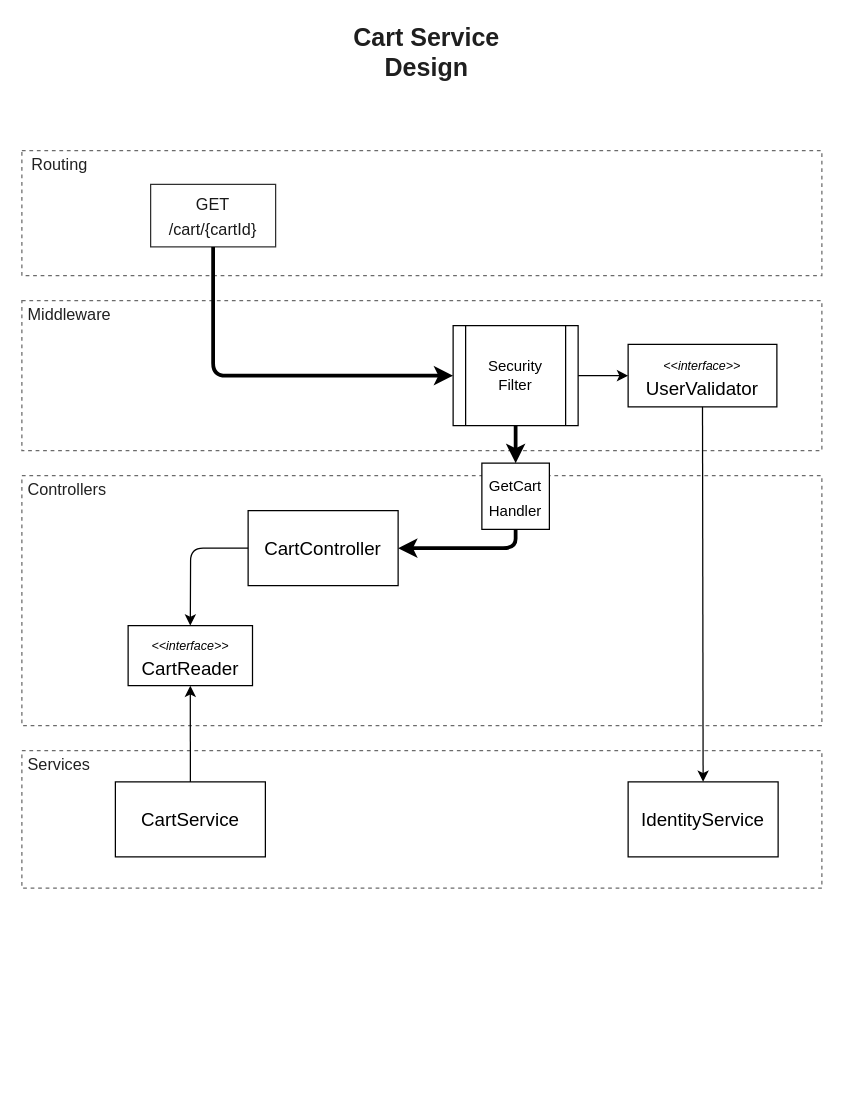
GarthWood/SimpleGoWebService keeps this draw.io diagram as page "Cart Service Design" (5 of 5) of SystemDesignExample.drawio. Above is the earlier version. Source tidied: cells renumbered, new cells numbered last; positions are measured from the earlier drawing's top-left corner, leaving out a move shared by most shapes. Both pictures are drawn from the tidied source at 125%, with x=0, y=0 at pixel (21, 25).
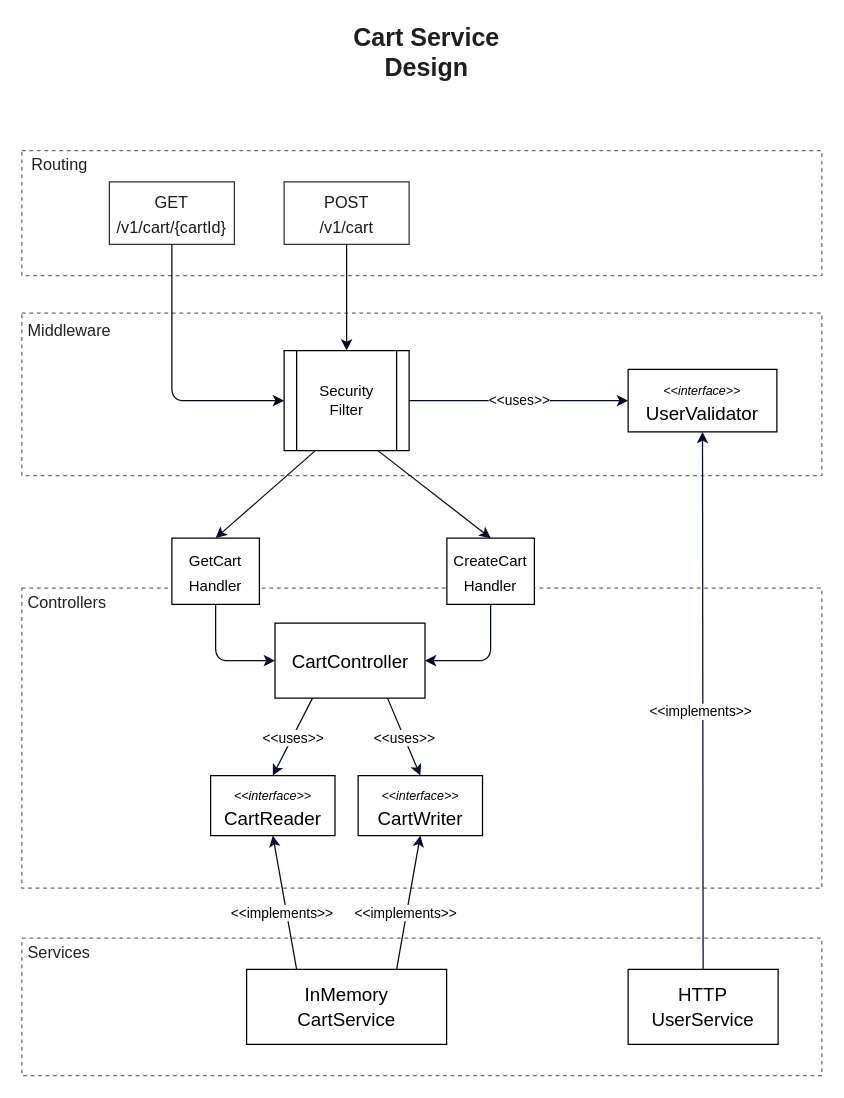
The same diagram, later.

Commit message (it also covers changes not shown here):
Added create cart route and updated design

Change to the diagram source:
```diff
@@
     <mxCell id="2" style="rounded=0;whiteSpace=wrap;html=1;fillColor=none;strokeColor=#6B6B6B;dashed=1;" parent="1" vertex="1">
-      <mxGeometry y="220" width="640" height="120" as="geometry" />
+      <mxGeometry y="230" width="640" height="130" as="geometry" />
     </mxCell>
@@
     <mxCell id="4" value="Security&lt;br&gt;Filter" style="shape=process;whiteSpace=wrap;html=1;backgroundOutline=1;" parent="1" vertex="1">
-      <mxGeometry x="345" y="240" width="100" height="80" as="geometry" />
+      <mxGeometry x="209.8" y="260" width="100" height="80" as="geometry" />
     </mxCell>
@@
-    <mxCell id="6" value="&lt;font style=&quot;font-size: 13px&quot; color=&quot;#191919&quot;&gt;GET&lt;br&gt;/cart/{cartId}&lt;br&gt;&lt;/font&gt;" style="rounded=0;whiteSpace=wrap;html=1;labelBackgroundColor=none;strokeColor=#303030;fillColor=none;fontSize=16;fontColor=#696969;align=center;" parent="1" vertex="1">
-      <mxGeometry x="103" y="127" width="100" height="50" as="geometry" />
+    <mxCell id="6" value="&lt;font style=&quot;font-size: 13px&quot; color=&quot;#191919&quot;&gt;GET&lt;br&gt;/v1/cart/{cartId}&lt;br&gt;&lt;/font&gt;" style="rounded=0;whiteSpace=wrap;html=1;labelBackgroundColor=none;strokeColor=#303030;fillColor=none;fontSize=16;fontColor=#696969;align=center;" parent="1" vertex="1">
+      <mxGeometry x="70" y="125" width="100" height="50" as="geometry" />
     </mxCell>
     <mxCell id="7" style="rounded=0;whiteSpace=wrap;html=1;fillColor=none;strokeColor=#6B6B6B;dashed=1;" parent="1" vertex="1">
-      <mxGeometry y="360" width="640" height="200" as="geometry" />
+      <mxGeometry y="450" width="640" height="240" as="geometry" />
     </mxCell>
@@
     <mxCell id="9" value="&lt;font color=&quot;#212121&quot; style=&quot;font-size: 13px&quot;&gt;Middleware&lt;/font&gt;" style="text;html=1;strokeColor=none;fillColor=none;align=left;verticalAlign=middle;whiteSpace=wrap;rounded=0;dashed=1;labelBackgroundColor=none;fontSize=16;fontColor=#595959;" parent="1" vertex="1">
-      <mxGeometry x="3" y="220" width="73.5" height="20" as="geometry" />
+      <mxGeometry x="3" y="233" width="73.5" height="20" as="geometry" />
     </mxCell>
     <mxCell id="10" value="&lt;font color=&quot;#212121&quot; style=&quot;font-size: 13px&quot;&gt;Controllers&lt;/font&gt;" style="text;html=1;strokeColor=none;fillColor=none;align=left;verticalAlign=middle;whiteSpace=wrap;rounded=0;dashed=1;labelBackgroundColor=none;fontSize=16;fontColor=#595959;" parent="1" vertex="1">
-      <mxGeometry x="3" y="360" width="73.5" height="20" as="geometry" />
+      <mxGeometry x="3" y="450" width="73.5" height="20" as="geometry" />
     </mxCell>
     <mxCell id="11" value="&lt;font style=&quot;font-size: 15px&quot;&gt;CartController&lt;/font&gt;" style="rounded=0;whiteSpace=wrap;html=1;labelBackgroundColor=none;fontSize=16;align=center;" parent="1" vertex="1">
-      <mxGeometry x="181" y="388" width="120" height="60" as="geometry" />
+      <mxGeometry x="202.5" y="478" width="120" height="60" as="geometry" />
     </mxCell>
     <mxCell id="12" value="&lt;font&gt;&lt;i&gt;&lt;font style=&quot;font-size: 10px&quot;&gt;&amp;lt;&amp;lt;interface&amp;gt;&amp;gt;&lt;/font&gt;&lt;/i&gt;&lt;br&gt;&lt;span style=&quot;font-size: 15px&quot;&gt;CartReader&lt;/span&gt;&lt;/font&gt;" style="rounded=0;whiteSpace=wrap;html=1;labelBackgroundColor=none;fontSize=16;align=center;" parent="1" vertex="1">
-      <mxGeometry x="85" y="480" width="99.5" height="48" as="geometry" />
+      <mxGeometry x="151" y="600" width="99.5" height="48" as="geometry" />
     </mxCell>
     <mxCell id="13" style="rounded=0;whiteSpace=wrap;html=1;fillColor=none;strokeColor=#6B6B6B;dashed=1;" parent="1" vertex="1">
-      <mxGeometry y="580" width="640" height="110" as="geometry" />
+      <mxGeometry y="730" width="640" height="110" as="geometry" />
     </mxCell>
     <mxCell id="14" value="&lt;font color=&quot;#212121&quot; style=&quot;font-size: 13px&quot;&gt;Services&lt;/font&gt;" style="text;html=1;strokeColor=none;fillColor=none;align=left;verticalAlign=middle;whiteSpace=wrap;rounded=0;dashed=1;labelBackgroundColor=none;fontSize=16;fontColor=#595959;" parent="1" vertex="1">
-      <mxGeometry x="3" y="580" width="73.5" height="20" as="geometry" />
+      <mxGeometry x="3" y="730" width="73.5" height="20" as="geometry" />
     </mxCell>
-    <mxCell id="15" value="&lt;font style=&quot;font-size: 15px&quot;&gt;CartService&lt;br&gt;&lt;/font&gt;" style="rounded=0;whiteSpace=wrap;html=1;labelBackgroundColor=none;fontSize=16;align=center;" parent="1" vertex="1">
-      <mxGeometry x="74.8" y="605" width="120" height="60" as="geometry" />
+    <mxCell id="15" value="&lt;font style=&quot;font-size: 15px&quot;&gt;InMemory&lt;br&gt;CartService&lt;br&gt;&lt;/font&gt;" style="rounded=0;whiteSpace=wrap;html=1;labelBackgroundColor=none;fontSize=16;align=center;" parent="1" vertex="1">
+      <mxGeometry x="179.8" y="755" width="160" height="60" as="geometry" />
     </mxCell>
-    <mxCell id="16" style="endArrow=classic;html=1;fontSize=16;fontColor=#595959;exitX=0.5;exitY=0;exitDx=0;exitDy=0;entryX=0.5;entryY=1;entryDx=0;entryDy=0;" parent="1" edge="1" source="15" target="12">
-      <mxGeometry relative="1" as="geometry" />
-    </mxCell>
-    <mxCell id="17" style="endArrow=classic;html=1;fontSize=16;fontColor=#595959;entryX=0.5;entryY=0;entryDx=0;entryDy=0;exitX=0;exitY=0.5;exitDx=0;exitDy=0;" parent="1" edge="1" source="11" target="12">
-      <mxGeometry relative="1" as="geometry">
-        <Array as="points">
-          <mxPoint x="135" y="418" />
-        </Array>
-      </mxGeometry>
-    </mxCell>
     <mxCell id="18" value="&lt;font&gt;&lt;i&gt;&lt;font style=&quot;font-size: 10px&quot;&gt;&amp;lt;&amp;lt;interface&amp;gt;&amp;gt;&lt;/font&gt;&lt;/i&gt;&lt;br&gt;&lt;span style=&quot;font-size: 15px&quot;&gt;UserValidator&lt;/span&gt;&lt;/font&gt;" style="rounded=0;whiteSpace=wrap;html=1;labelBackgroundColor=none;fontSize=16;align=center;" parent="1" vertex="1">
-      <mxGeometry x="485" y="255" width="119" height="50" as="geometry" />
+      <mxGeometry x="485" y="275" width="119" height="50" as="geometry" />
     </mxCell>
-    <mxCell id="19" value="&lt;font style=&quot;font-size: 15px&quot;&gt;IdentityService&lt;/font&gt;" style="rounded=0;whiteSpace=wrap;html=1;labelBackgroundColor=none;fontSize=16;align=center;" parent="1" vertex="1">
-      <mxGeometry x="485" y="605" width="120" height="60" as="geometry" />
+    <mxCell id="19" value="&lt;font style=&quot;font-size: 15px&quot;&gt;HTTP&lt;br&gt;UserService&lt;/font&gt;" style="rounded=0;whiteSpace=wrap;html=1;labelBackgroundColor=none;fontSize=16;align=center;" parent="1" vertex="1">
+      <mxGeometry x="485" y="755" width="120" height="60" as="geometry" />
     </mxCell>
-    <mxCell id="20" style="endArrow=classic;html=1;fontSize=16;fontColor=#595959;exitX=1;exitY=0.5;exitDx=0;exitDy=0;entryX=0;entryY=0.5;entryDx=0;entryDy=0;" parent="1" edge="1" source="4" target="18">
-      <mxGeometry relative="1" as="geometry" />
-    </mxCell>
-    <mxCell id="21" style="endArrow=classic;html=1;fontSize=16;fontColor=#595959;entryX=0.5;entryY=0;entryDx=0;entryDy=0;exitX=0.5;exitY=1;exitDx=0;exitDy=0;" parent="1" edge="1" source="18" target="19">
-      <mxGeometry relative="1" as="geometry" />
-    </mxCell>
     <mxCell id="22" value="&lt;font style=&quot;font-size: 12px&quot;&gt;GetCart&lt;br&gt;Handler&lt;/font&gt;" style="rounded=0;whiteSpace=wrap;html=1;labelBackgroundColor=none;fontSize=16;align=center;" parent="1" vertex="1">
-      <mxGeometry x="368" y="350" width="54" height="53" as="geometry" />
+      <mxGeometry x="120" y="410" width="70" height="53" as="geometry" />
     </mxCell>
-    <mxCell id="23" style="endArrow=classic;html=1;fontSize=16;fontColor=#595959;exitX=0.5;exitY=1;exitDx=0;exitDy=0;entryX=0.5;entryY=0;entryDx=0;entryDy=0;strokeWidth=3;" parent="1" edge="1" source="4" target="22">
+    <mxCell id="23" style="endArrow=classic;html=1;fontSize=16;fontColor=#595959;exitX=0.25;exitY=1;exitDx=0;exitDy=0;entryX=0.5;entryY=0;entryDx=0;entryDy=0;strokeWidth=1;strokeColor=#020A29;" parent="1" edge="1" source="4" target="22">
       <mxGeometry relative="1" as="geometry" />
     </mxCell>
-    <mxCell id="24" style="endArrow=classic;html=1;fontSize=16;fontColor=#595959;entryX=1;entryY=0.5;entryDx=0;entryDy=0;exitX=0.5;exitY=1;exitDx=0;exitDy=0;strokeWidth=3;" parent="1" edge="1" source="22" target="11">
+    <mxCell id="24" style="endArrow=classic;html=1;fontSize=16;fontColor=#595959;entryX=0;entryY=0.5;entryDx=0;entryDy=0;exitX=0.5;exitY=1;exitDx=0;exitDy=0;strokeWidth=1;strokeColor=#020A29;" parent="1" edge="1" source="22" target="11">
       <mxGeometry relative="1" as="geometry">
         <Array as="points">
-          <mxPoint x="395" y="418" />
+          <mxPoint x="155" y="508" />
         </Array>
       </mxGeometry>
     </mxCell>
-    <mxCell id="25" style="endArrow=classic;html=1;exitX=0.5;exitY=1;exitDx=0;exitDy=0;entryX=0;entryY=0.5;entryDx=0;entryDy=0;strokeWidth=3;" parent="1" edge="1" source="6" target="4">
+    <mxCell id="25" style="endArrow=classic;html=1;exitX=0.5;exitY=1;exitDx=0;exitDy=0;entryX=0;entryY=0.5;entryDx=0;entryDy=0;strokeWidth=1;strokeColor=#01071C;" parent="1" edge="1" source="6" target="4">
       <mxGeometry relative="1" as="geometry">
         <Array as="points">
-          <mxPoint x="153" y="280" />
+          <mxPoint x="120" y="300" />
         </Array>
       </mxGeometry>
     </mxCell>
+    <mxCell id="26" value="&lt;font&gt;&lt;i&gt;&lt;font style=&quot;font-size: 10px&quot;&gt;&amp;lt;&amp;lt;interface&amp;gt;&amp;gt;&lt;/font&gt;&lt;/i&gt;&lt;br&gt;&lt;span style=&quot;font-size: 15px&quot;&gt;CartWriter&lt;/span&gt;&lt;/font&gt;" style="rounded=0;whiteSpace=wrap;html=1;labelBackgroundColor=none;fontSize=16;align=center;" parent="1" vertex="1">
+      <mxGeometry x="269" y="600" width="99.5" height="48" as="geometry" />
+    </mxCell>
+    <mxCell id="27" value="&lt;font style=&quot;font-size: 13px&quot; color=&quot;#191919&quot;&gt;POST&lt;br&gt;/v1/cart&lt;br&gt;&lt;/font&gt;" style="rounded=0;whiteSpace=wrap;html=1;labelBackgroundColor=none;strokeColor=#303030;fillColor=none;fontSize=16;fontColor=#696969;align=center;" parent="1" vertex="1">
+      <mxGeometry x="209.8" y="125" width="100" height="50" as="geometry" />
+    </mxCell>
+    <mxCell id="28" style="endArrow=classic;html=1;exitX=0.5;exitY=1;exitDx=0;exitDy=0;strokeWidth=1;entryX=0.5;entryY=0;entryDx=0;entryDy=0;strokeColor=#01071C;endFill=1;" parent="1" edge="1" source="27" target="4">
+      <mxGeometry relative="1" as="geometry" />
+    </mxCell>
+    <mxCell id="29" value="&lt;font style=&quot;font-size: 12px&quot;&gt;CreateCart&lt;br&gt;Handler&lt;/font&gt;" style="rounded=0;whiteSpace=wrap;html=1;labelBackgroundColor=none;fontSize=16;align=center;" parent="1" vertex="1">
+      <mxGeometry x="340" y="410" width="70" height="53" as="geometry" />
+    </mxCell>
+    <mxCell id="30" style="endArrow=classic;html=1;fontSize=16;fontColor=#595959;exitX=0.75;exitY=1;exitDx=0;exitDy=0;entryX=0.5;entryY=0;entryDx=0;entryDy=0;strokeWidth=1;strokeColor=#020A29;" parent="1" edge="1" source="4" target="29">
+      <mxGeometry relative="1" as="geometry" />
+    </mxCell>
+    <mxCell id="31" style="endArrow=none;html=1;fontSize=16;fontColor=#595959;exitX=1;exitY=0.5;exitDx=0;exitDy=0;entryX=0.5;entryY=1;entryDx=0;entryDy=0;strokeWidth=1;startArrow=classic;startFill=1;endFill=0;strokeColor=#020A29;" parent="1" edge="1" source="11" target="29">
+      <mxGeometry relative="1" as="geometry">
+        <Array as="points">
+          <mxPoint x="375" y="508" />
+        </Array>
+      </mxGeometry>
+    </mxCell>
+    <mxCell id="17" style="endArrow=classic;html=1;strokeColor=#020A29;strokeWidth=1;exitX=0.25;exitY=1;exitDx=0;exitDy=0;entryX=0.5;entryY=0;entryDx=0;entryDy=0;" parent="1" edge="1" source="11" target="12">
+      <mxGeometry relative="1" as="geometry" />
+    </mxCell>
+    <mxCell id="32" value="&amp;lt;&amp;lt;uses&amp;gt;&amp;gt;" style="edgeLabel;html=1;align=center;verticalAlign=middle;" parent="17" vertex="1">
+      <mxGeometry relative="1" as="geometry" />
+    </mxCell>
+    <mxCell id="33" style="endArrow=classic;html=1;strokeColor=#020A29;strokeWidth=1;exitX=0.75;exitY=1;exitDx=0;exitDy=0;entryX=0.5;entryY=0;entryDx=0;entryDy=0;" parent="1" edge="1" source="11" target="26">
+      <mxGeometry relative="1" as="geometry" />
+    </mxCell>
+    <mxCell id="34" value="&amp;lt;&amp;lt;uses&amp;gt;&amp;gt;" style="edgeLabel;html=1;align=center;verticalAlign=middle;" parent="33" vertex="1">
+      <mxGeometry relative="1" as="geometry" />
+    </mxCell>
+    <mxCell id="16" style="endArrow=classic;html=1;strokeColor=#020A29;strokeWidth=1;exitX=0.25;exitY=0;exitDx=0;exitDy=0;entryX=0.5;entryY=1;entryDx=0;entryDy=0;" parent="1" edge="1" source="15" target="12">
+      <mxGeometry relative="1" as="geometry" />
+    </mxCell>
+    <mxCell id="35" value="&amp;lt;&amp;lt;implements&amp;gt;&amp;gt;" style="edgeLabel;html=1;align=center;verticalAlign=middle;" parent="16" vertex="1">
+      <mxGeometry relative="1" as="geometry">
+        <mxPoint x="-2.6" y="8.1" as="offset" />
+      </mxGeometry>
+    </mxCell>
+    <mxCell id="36" style="endArrow=classic;html=1;strokeColor=#020A29;strokeWidth=1;exitX=0.75;exitY=0;exitDx=0;exitDy=0;entryX=0.5;entryY=1;entryDx=0;entryDy=0;" parent="1" edge="1" source="15" target="26">
+      <mxGeometry relative="1" as="geometry" />
+    </mxCell>
+    <mxCell id="37" value="&amp;lt;&amp;lt;implements&amp;gt;&amp;gt;" style="edgeLabel;html=1;align=center;verticalAlign=middle;" parent="36" vertex="1">
+      <mxGeometry relative="1" as="geometry">
+        <mxPoint x="-2.6" y="8.1" as="offset" />
+      </mxGeometry>
+    </mxCell>
+    <mxCell id="20" style="endArrow=classic;html=1;strokeColor=#020A29;strokeWidth=1;exitX=1;exitY=0.5;exitDx=0;exitDy=0;entryX=0;entryY=0.5;entryDx=0;entryDy=0;" parent="1" edge="1" source="4" target="18">
+      <mxGeometry relative="1" as="geometry" />
+    </mxCell>
+    <mxCell id="38" value="&amp;lt;&amp;lt;uses&amp;gt;&amp;gt;" style="edgeLabel;html=1;align=center;verticalAlign=middle;" parent="20" vertex="1">
+      <mxGeometry relative="1" as="geometry">
+        <mxPoint y="-1" as="offset" />
+      </mxGeometry>
+    </mxCell>
+    <mxCell id="39" style="endArrow=classic;html=1;strokeColor=#020A29;strokeWidth=1;exitX=0.5;exitY=0;exitDx=0;exitDy=0;entryX=0.5;entryY=1;entryDx=0;entryDy=0;" parent="1" edge="1" source="19" target="18">
+      <mxGeometry relative="1" as="geometry" />
+    </mxCell>
+    <mxCell id="40" value="&amp;lt;&amp;lt;implements&amp;gt;&amp;gt;" style="edgeLabel;html=1;align=center;verticalAlign=middle;" parent="39" vertex="1">
+      <mxGeometry relative="1" as="geometry">
+        <mxPoint x="-2.6" y="8.1" as="offset" />
+      </mxGeometry>
+    </mxCell>
```
